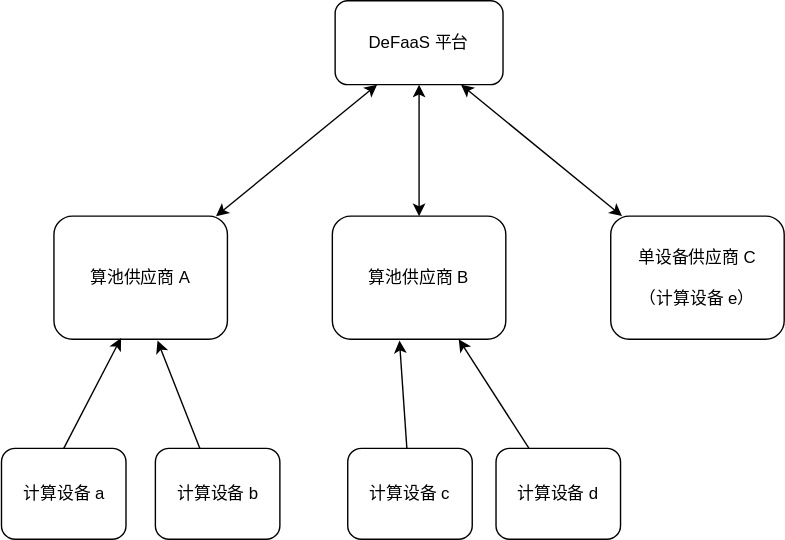
This is docs/defaas-docs/defaas-imgs/Computing-Pool.svg from BangHonor/DeFaaS, a draw.io export, as it was before one commit. Source tidied: cells renumbered, new cells last; positions are measured from the earlier drawing's top-left corner, leaving out a move shared by most shapes. The source it was exported from:
```xml
<mxGraphModel>
  <root>
    <mxCell id="0" />
    <mxCell id="1" parent="0" />
    <mxCell id="2" value="DeFaaS 平台" style="rounded=1;whiteSpace=wrap;html=1;" parent="1" vertex="1">
      <mxGeometry x="238" width="120" height="60" as="geometry" />
    </mxCell>
    <mxCell id="3" style="rounded=0;jettySize=auto;html=1;startArrow=classic;startFill=1;entryX=0.25;entryY=1;entryDx=0;entryDy=0;" parent="1" edge="1" source="4" target="2">
      <mxGeometry relative="1" as="geometry" />
    </mxCell>
    <mxCell id="4" value="算池供应商 A" style="rounded=1;whiteSpace=wrap;html=1;" parent="1" vertex="1">
      <mxGeometry x="37" y="154" width="124" height="88" as="geometry" />
    </mxCell>
    <mxCell id="5" style="edgeStyle=orthogonalEdgeStyle;rounded=0;jettySize=auto;html=1;entryX=0.5;entryY=1;entryDx=0;entryDy=0;startArrow=classic;startFill=1;" parent="1" edge="1" source="6" target="2">
      <mxGeometry relative="1" as="geometry" />
    </mxCell>
    <mxCell id="6" value="算池供应商 B" style="rounded=1;whiteSpace=wrap;html=1;" parent="1" vertex="1">
      <mxGeometry x="236" y="154" width="124" height="88" as="geometry" />
    </mxCell>
    <mxCell id="7" style="edgeStyle=none;rounded=0;jettySize=auto;html=1;entryX=0.75;entryY=1;entryDx=0;entryDy=0;startArrow=classic;startFill=1;" parent="1" edge="1" source="8" target="2">
      <mxGeometry relative="1" as="geometry" />
    </mxCell>
    <mxCell id="8" value="单设备供应商 C&lt;br&gt;&lt;br&gt;（计算设备 e）" style="rounded=1;whiteSpace=wrap;html=1;" parent="1" vertex="1">
      <mxGeometry x="435" y="154" width="124" height="88" as="geometry" />
    </mxCell>
    <mxCell id="9" style="edgeStyle=none;rounded=0;jettySize=auto;html=1;exitX=0.5;exitY=0;exitDx=0;exitDy=0;entryX=0.387;entryY=0.989;entryDx=0;entryDy=0;entryPerimeter=0;startArrow=none;startFill=0;endArrow=classic;endFill=1;" parent="1" edge="1" source="10" target="4">
      <mxGeometry relative="1" as="geometry" />
    </mxCell>
    <mxCell id="10" value="计算设备 a" style="rounded=1;whiteSpace=wrap;html=1;" parent="1" vertex="1">
      <mxGeometry x="-0.5" y="320" width="89" height="65" as="geometry" />
    </mxCell>
    <mxCell id="11" style="edgeStyle=none;rounded=0;jettySize=auto;html=1;entryX=0.597;entryY=1.011;entryDx=0;entryDy=0;entryPerimeter=0;startArrow=none;startFill=0;endArrow=classic;endFill=1;" parent="1" edge="1" source="12" target="4">
      <mxGeometry relative="1" as="geometry" />
    </mxCell>
    <mxCell id="12" value="计算设备 b" style="rounded=1;whiteSpace=wrap;html=1;" parent="1" vertex="1">
      <mxGeometry x="109.5" y="320" width="89" height="65" as="geometry" />
    </mxCell>
    <mxCell id="13" style="edgeStyle=none;rounded=0;jettySize=auto;html=1;entryX=0.387;entryY=1.011;entryDx=0;entryDy=0;entryPerimeter=0;startArrow=none;startFill=0;endArrow=classic;endFill=1;" parent="1" edge="1" source="14" target="6">
      <mxGeometry relative="1" as="geometry" />
    </mxCell>
    <mxCell id="14" value="计算设备 c" style="rounded=1;whiteSpace=wrap;html=1;" parent="1" vertex="1">
      <mxGeometry x="247" y="320" width="89" height="65" as="geometry" />
    </mxCell>
    <mxCell id="15" style="edgeStyle=none;rounded=0;jettySize=auto;html=1;startArrow=none;startFill=0;endArrow=classic;endFill=1;" parent="1" edge="1" source="16" target="6">
      <mxGeometry relative="1" as="geometry" />
    </mxCell>
    <mxCell id="16" value="计算设备 d" style="rounded=1;whiteSpace=wrap;html=1;" parent="1" vertex="1">
      <mxGeometry x="353" y="320" width="89" height="65" as="geometry" />
    </mxCell>
  </root>
</mxGraphModel>
```
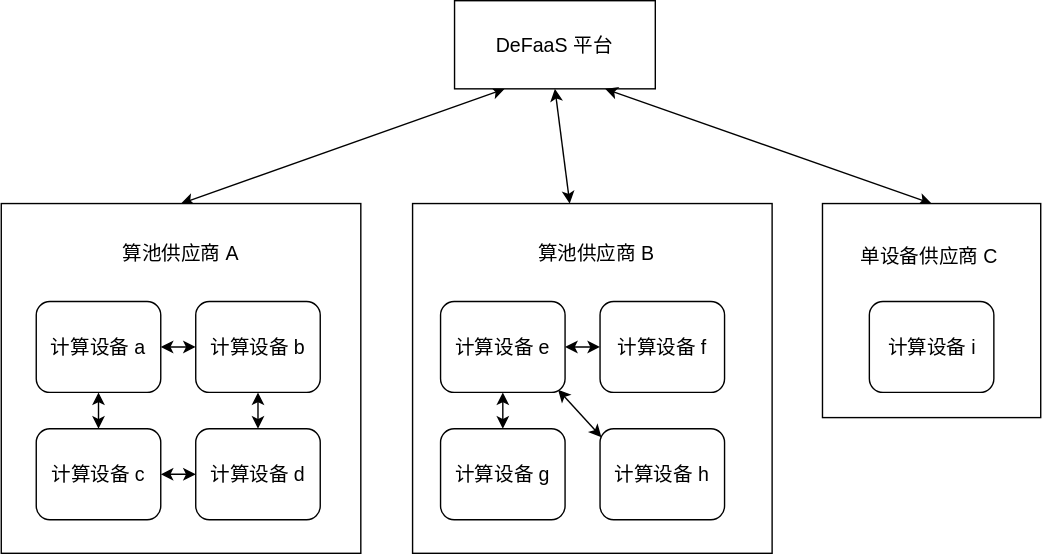
Above is the later version.

What changed in the source:
```diff
@@ -2,50 +2,91 @@
   <root>
     <mxCell id="0" />
     <mxCell id="1" parent="0" />
+    <mxCell id="17" style="edgeStyle=none;rounded=0;jettySize=auto;html=1;entryX=0.25;entryY=1;entryDx=0;entryDy=0;startArrow=classic;startFill=1;fontSize=14;exitX=0.5;exitY=0;exitDx=0;exitDy=0;" parent="1" edge="1" source="18" target="23">
+      <mxGeometry relative="1" as="geometry" />
+    </mxCell>
+    <mxCell id="18" style="rounded=0;whiteSpace=wrap;html=1;fontSize=14;" parent="1" vertex="1">
+      <mxGeometry x="-53" y="243" width="257" height="250" as="geometry" />
+    </mxCell>
+    <mxCell id="19" style="edgeStyle=orthogonalEdgeStyle;rounded=0;jettySize=auto;html=1;entryX=0;entryY=0.5;entryDx=0;entryDy=0;fontSize=14;startArrow=classic;startFill=1;" parent="1" edge="1" source="10" target="12">
+      <mxGeometry relative="1" as="geometry" />
+    </mxCell>
+    <mxCell id="10" value="计算设备 a" style="rounded=1;whiteSpace=wrap;html=1;fontSize=14;" parent="1" vertex="1">
+      <mxGeometry x="-28" y="313" width="89" height="65" as="geometry" />
+    </mxCell>
+    <mxCell id="20" style="edgeStyle=orthogonalEdgeStyle;rounded=0;jettySize=auto;html=1;entryX=0.5;entryY=0;entryDx=0;entryDy=0;startArrow=classic;startFill=1;fontSize=14;" parent="1" edge="1" source="12" target="16">
+      <mxGeometry relative="1" as="geometry" />
+    </mxCell>
+    <mxCell id="12" value="计算设备 b" style="rounded=1;whiteSpace=wrap;html=1;fontSize=14;" parent="1" vertex="1">
+      <mxGeometry x="86" y="313" width="89" height="65" as="geometry" />
+    </mxCell>
+    <mxCell id="21" style="edgeStyle=orthogonalEdgeStyle;rounded=0;jettySize=auto;html=1;entryX=0.5;entryY=1;entryDx=0;entryDy=0;startArrow=classic;startFill=1;fontSize=14;" parent="1" edge="1" source="14" target="10">
+      <mxGeometry relative="1" as="geometry" />
+    </mxCell>
+    <mxCell id="22" style="edgeStyle=orthogonalEdgeStyle;rounded=0;jettySize=auto;html=1;entryX=0;entryY=0.5;entryDx=0;entryDy=0;startArrow=classic;startFill=1;fontSize=14;" parent="1" edge="1" source="14" target="16">
+      <mxGeometry relative="1" as="geometry" />
+    </mxCell>
+    <mxCell id="14" value="计算设备 c" style="rounded=1;whiteSpace=wrap;html=1;fontSize=14;" parent="1" vertex="1">
+      <mxGeometry x="-28" y="404" width="89" height="65" as="geometry" />
+    </mxCell>
+    <mxCell id="23" style="rounded=0;whiteSpace=wrap;html=1;fontSize=14;" parent="1" vertex="1">
+      <mxGeometry x="271" y="98" width="143.5" height="63" as="geometry" />
+    </mxCell>
-    <mxCell id="2" value="DeFaaS 平台" style="rounded=1;whiteSpace=wrap;html=1;" parent="1" vertex="1">
-      <mxGeometry x="238" width="120" height="60" as="geometry" />
+    <mxCell id="2" value="DeFaaS 平台" style="text;html=1;strokeColor=none;fillColor=none;align=center;verticalAlign=middle;whiteSpace=wrap;rounded=0;fontSize=14;" parent="1" vertex="1">
+      <mxGeometry x="289.2" y="119.5" width="107" height="20" as="geometry" />
     </mxCell>
-    <mxCell id="3" style="rounded=0;jettySize=auto;html=1;startArrow=classic;startFill=1;entryX=0.25;entryY=1;entryDx=0;entryDy=0;" parent="1" edge="1" source="4" target="2">
-      <mxGeometry relative="1" as="geometry" />
-    </mxCell>
+    <mxCell id="16" value="计算设备 d" style="rounded=1;whiteSpace=wrap;html=1;fontSize=14;" parent="1" vertex="1">
+      <mxGeometry x="86" y="404" width="89" height="65" as="geometry" />
+    </mxCell>
-    <mxCell id="4" value="算池供应商 A" style="rounded=1;whiteSpace=wrap;html=1;" parent="1" vertex="1">
-      <mxGeometry x="37" y="154" width="124" height="88" as="geometry" />
+    <mxCell id="4" value="&lt;span style=&quot;font-size: 14px;&quot;&gt;算池供应商 A&lt;/span&gt;" style="text;html=1;strokeColor=none;fillColor=none;align=center;verticalAlign=middle;whiteSpace=wrap;rounded=0;fontSize=14;" parent="1" vertex="1">
+      <mxGeometry x="18" y="269" width="115" height="20" as="geometry" />
     </mxCell>
-    <mxCell id="5" style="edgeStyle=orthogonalEdgeStyle;rounded=0;jettySize=auto;html=1;entryX=0.5;entryY=1;entryDx=0;entryDy=0;startArrow=classic;startFill=1;" parent="1" edge="1" source="6" target="2">
-      <mxGeometry relative="1" as="geometry" />
-    </mxCell>
+    <mxCell id="24" style="edgeStyle=none;rounded=0;jettySize=auto;html=1;entryX=0.75;entryY=1;entryDx=0;entryDy=0;startArrow=classic;startFill=1;fontSize=14;exitX=0.5;exitY=0;exitDx=0;exitDy=0;" parent="1" edge="1" source="25" target="23">
+      <mxGeometry relative="1" as="geometry" />
+    </mxCell>
+    <mxCell id="25" style="rounded=0;whiteSpace=wrap;html=1;fontSize=14;" parent="1" vertex="1">
+      <mxGeometry x="534" y="243" width="156" height="153" as="geometry" />
+    </mxCell>
+    <mxCell id="26" value="&lt;span style=&quot;font-size: 14px;&quot;&gt;单设备供应商 C&lt;/span&gt;" style="text;html=1;strokeColor=none;fillColor=none;align=center;verticalAlign=middle;whiteSpace=wrap;rounded=0;fontSize=14;" parent="1" vertex="1">
+      <mxGeometry x="553" y="271" width="115" height="20" as="geometry" />
+    </mxCell>
+    <mxCell id="27" value="计算设备 i" style="rounded=1;whiteSpace=wrap;html=1;fontSize=14;" parent="1" vertex="1">
+      <mxGeometry x="567.5" y="313" width="89" height="65" as="geometry" />
+    </mxCell>
+    <mxCell id="28" style="edgeStyle=none;rounded=0;jettySize=auto;html=1;entryX=0.5;entryY=1;entryDx=0;entryDy=0;startArrow=classic;startFill=1;fontSize=14;" parent="1" edge="1" source="29" target="23">
+      <mxGeometry relative="1" as="geometry" />
+    </mxCell>
+    <mxCell id="29" style="rounded=0;whiteSpace=wrap;html=1;fontSize=14;" parent="1" vertex="1">
+      <mxGeometry x="241" y="243" width="257" height="250" as="geometry" />
+    </mxCell>
+    <mxCell id="30" style="edgeStyle=orthogonalEdgeStyle;rounded=0;jettySize=auto;html=1;entryX=0;entryY=0.5;entryDx=0;entryDy=0;fontSize=14;startArrow=classic;startFill=1;" parent="1" edge="1" source="31" target="32">
+      <mxGeometry relative="1" as="geometry" />
+    </mxCell>
+    <mxCell id="31" value="计算设备 e" style="rounded=1;whiteSpace=wrap;html=1;fontSize=14;" parent="1" vertex="1">
+      <mxGeometry x="261" y="313" width="89" height="65" as="geometry" />
+    </mxCell>
+    <mxCell id="32" value="计算设备 f" style="rounded=1;whiteSpace=wrap;html=1;fontSize=14;" parent="1" vertex="1">
+      <mxGeometry x="375" y="313" width="89" height="65" as="geometry" />
+    </mxCell>
+    <mxCell id="33" style="edgeStyle=orthogonalEdgeStyle;rounded=0;jettySize=auto;html=1;entryX=0.5;entryY=1;entryDx=0;entryDy=0;startArrow=classic;startFill=1;fontSize=14;" parent="1" edge="1" source="34" target="31">
+      <mxGeometry relative="1" as="geometry" />
+    </mxCell>
+    <mxCell id="34" value="计算设备 g" style="rounded=1;whiteSpace=wrap;html=1;fontSize=14;" parent="1" vertex="1">
+      <mxGeometry x="261" y="404" width="89" height="65" as="geometry" />
+    </mxCell>
+    <mxCell id="35" value="计算设备 h" style="rounded=1;whiteSpace=wrap;html=1;fontSize=14;" parent="1" vertex="1">
+      <mxGeometry x="375" y="404" width="89" height="65" as="geometry" />
+    </mxCell>
-    <mxCell id="6" value="算池供应商 B" style="rounded=1;whiteSpace=wrap;html=1;" parent="1" vertex="1">
-      <mxGeometry x="236" y="154" width="124" height="88" as="geometry" />
+    <mxCell id="6" value="&lt;span style=&quot;font-size: 14px&quot;&gt;算池供应商 B&lt;/span&gt;" style="text;html=1;strokeColor=none;fillColor=none;align=center;verticalAlign=middle;whiteSpace=wrap;rounded=0;fontSize=14;" parent="1" vertex="1">
+      <mxGeometry x="314.5" y="269" width="115" height="20" as="geometry" />
     </mxCell>
-    <mxCell id="7" style="edgeStyle=none;rounded=0;jettySize=auto;html=1;entryX=0.75;entryY=1;entryDx=0;entryDy=0;startArrow=classic;startFill=1;" parent="1" edge="1" source="8" target="2">
-      <mxGeometry relative="1" as="geometry" />
-    </mxCell>
-    <mxCell id="8" value="单设备供应商 C&lt;br&gt;&lt;br&gt;（计算设备 e）" style="rounded=1;whiteSpace=wrap;html=1;" parent="1" vertex="1">
-      <mxGeometry x="435" y="154" width="124" height="88" as="geometry" />
-    </mxCell>
-    <mxCell id="9" style="edgeStyle=none;rounded=0;jettySize=auto;html=1;exitX=0.5;exitY=0;exitDx=0;exitDy=0;entryX=0.387;entryY=0.989;entryDx=0;entryDy=0;entryPerimeter=0;startArrow=none;startFill=0;endArrow=classic;endFill=1;" parent="1" edge="1" source="10" target="4">
-      <mxGeometry relative="1" as="geometry" />
-    </mxCell>
-    <mxCell id="10" value="计算设备 a" style="rounded=1;whiteSpace=wrap;html=1;" parent="1" vertex="1">
-      <mxGeometry x="-0.5" y="320" width="89" height="65" as="geometry" />
-    </mxCell>
-    <mxCell id="11" style="edgeStyle=none;rounded=0;jettySize=auto;html=1;entryX=0.597;entryY=1.011;entryDx=0;entryDy=0;entryPerimeter=0;startArrow=none;startFill=0;endArrow=classic;endFill=1;" parent="1" edge="1" source="12" target="4">
-      <mxGeometry relative="1" as="geometry" />
-    </mxCell>
-    <mxCell id="12" value="计算设备 b" style="rounded=1;whiteSpace=wrap;html=1;" parent="1" vertex="1">
-      <mxGeometry x="109.5" y="320" width="89" height="65" as="geometry" />
-    </mxCell>
-    <mxCell id="13" style="edgeStyle=none;rounded=0;jettySize=auto;html=1;entryX=0.387;entryY=1.011;entryDx=0;entryDy=0;entryPerimeter=0;startArrow=none;startFill=0;endArrow=classic;endFill=1;" parent="1" edge="1" source="14" target="6">
-      <mxGeometry relative="1" as="geometry" />
-    </mxCell>
-    <mxCell id="14" value="计算设备 c" style="rounded=1;whiteSpace=wrap;html=1;" parent="1" vertex="1">
-      <mxGeometry x="247" y="320" width="89" height="65" as="geometry" />
-    </mxCell>
-    <mxCell id="15" style="edgeStyle=none;rounded=0;jettySize=auto;html=1;startArrow=none;startFill=0;endArrow=classic;endFill=1;" parent="1" edge="1" source="16" target="6">
-      <mxGeometry relative="1" as="geometry" />
-    </mxCell>
-    <mxCell id="16" value="计算设备 d" style="rounded=1;whiteSpace=wrap;html=1;" parent="1" vertex="1">
-      <mxGeometry x="353" y="320" width="89" height="65" as="geometry" />
-    </mxCell>
+    <mxCell id="36" style="endArrow=classic;startArrow=classic;html=1;fontSize=14;entryX=0.011;entryY=0.092;entryDx=0;entryDy=0;entryPerimeter=0;" parent="1" edge="1" target="35">
+      <mxGeometry relative="1" as="geometry">
+        <mxPoint x="345" y="376" as="sourcePoint" />
+      </mxGeometry>
+    </mxCell>
+    <mxCell id="37" style="edgeStyle=none;rounded=0;orthogonalLoop=1;jettySize=auto;html=1;exitX=0.5;exitY=1;exitDx=0;exitDy=0;startArrow=classic;startFill=1;fontSize=14;" parent="1" edge="1" source="2" target="2">
+      <mxGeometry relative="1" as="geometry" />
+    </mxCell>
   </root>
 </mxGraphModel>
```
